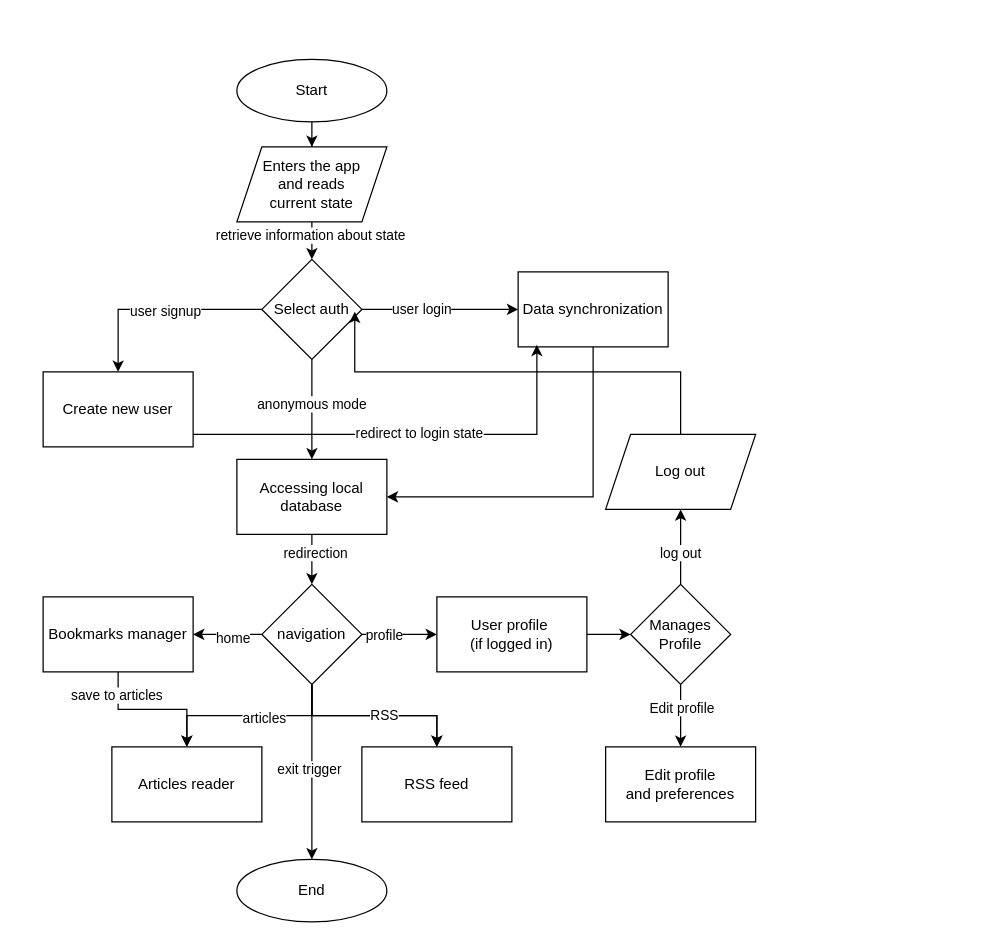
SharafatKarim/pstu-cse-academic keeps this draw.io diagram as Semester 6/software development/report (linkerine)/diagrams/linkerine DFD.drawio. Above is the earlier version. Source tidied: cells renumbered, new cells numbered last; positions are measured from the earlier drawing's top-left corner, leaving out a move shared by most shapes. Both pictures are drawn from the tidied source at 125%, with x=0, y=0 at pixel (42, 59).
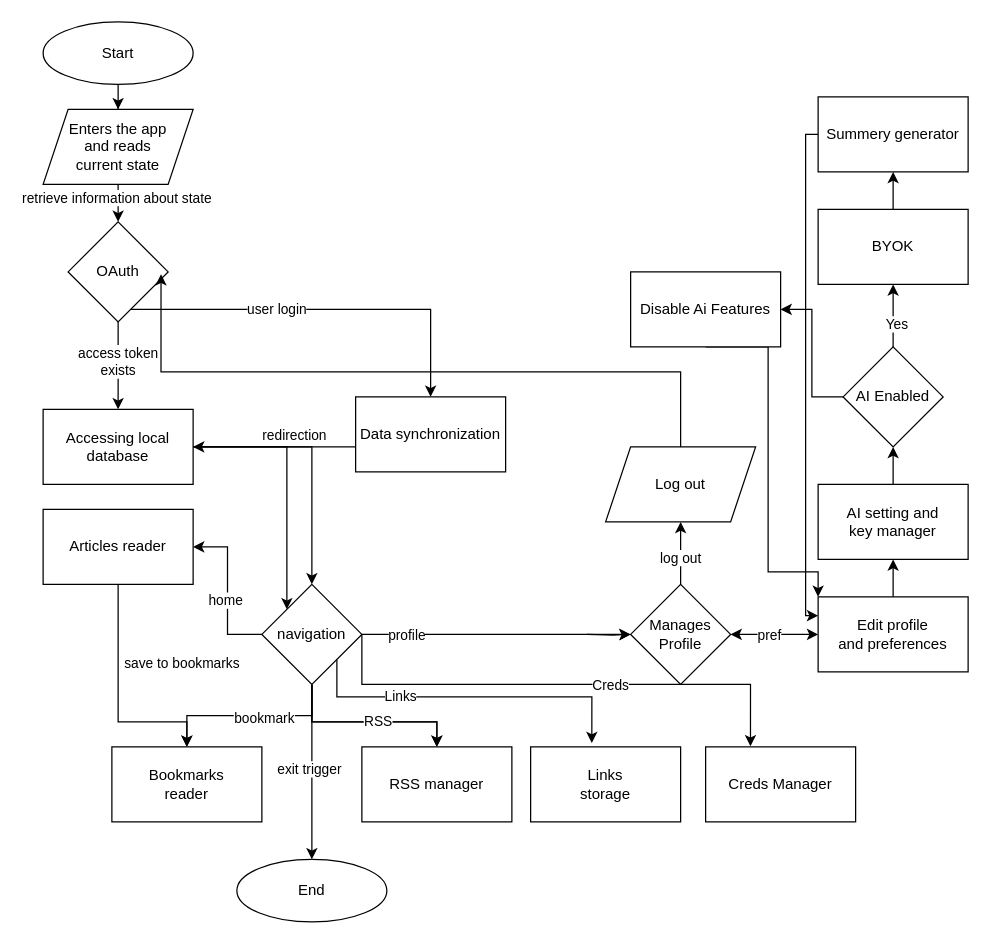
Above is the later version.

Unchanged cells that the change refers to:
```xml
<mxCell id="5" style="edgeStyle=orthogonalEdgeStyle;rounded=0;jettySize=auto;html=1;" parent="1" edge="1" source="11" target="14">
  <mxGeometry relative="1" as="geometry" />
</mxCell>
<mxCell id="12" style="edgeStyle=orthogonalEdgeStyle;rounded=0;jettySize=auto;html=1;" parent="1" edge="1" source="14" target="28">
  <mxGeometry relative="1" as="geometry" />
</mxCell>
<mxCell id="20" style="edgeStyle=orthogonalEdgeStyle;rounded=0;jettySize=auto;html=1;" parent="1" edge="1" source="28" target="33">
  <mxGeometry relative="1" as="geometry" />
</mxCell>
<mxCell id="28" value="navigation" style="rhombus;whiteSpace=wrap;html=1;" parent="1" vertex="1">
  <mxGeometry x="175" y="420" width="80" height="80" as="geometry" />
</mxCell>
<mxCell id="40" value="&lt;div&gt;Manages&lt;/div&gt;&lt;div&gt;Profile&lt;/div&gt;" style="rhombus;whiteSpace=wrap;html=1;" parent="1" vertex="1">
  <mxGeometry x="470" y="420" width="80" height="80" as="geometry" />
</mxCell>
```

Change to the diagram source:
```diff
@@
     <mxCell id="4" value="&lt;div&gt;Enters the app&lt;/div&gt;&lt;div&gt;and reads&lt;/div&gt;&lt;div&gt;current state&lt;/div&gt;" style="shape=parallelogram;perimeter=parallelogramPerimeter;whiteSpace=wrap;html=1;fixedSize=1;" parent="1" vertex="1">
-      <mxGeometry x="155" y="70" width="120" height="60" as="geometry" />
+      <mxGeometry y="40" width="120" height="60" as="geometry" />
     </mxCell>
@@
-    <mxCell id="6" value="&lt;div&gt;anonymous mode&lt;/div&gt;" style="edgeLabel;html=1;align=center;verticalAlign=middle;" parent="5" vertex="1">
+    <mxCell id="6" value="&lt;div&gt;access token&lt;/div&gt;&lt;div&gt;exists&lt;/div&gt;" style="edgeLabel;html=1;align=center;verticalAlign=middle;" parent="5" vertex="1">
       <mxGeometry x="-0.12" y="-1" relative="1" as="geometry" />
     </mxCell>
     <mxCell id="7" style="edgeStyle=orthogonalEdgeStyle;rounded=0;jettySize=auto;html=1;" parent="1" edge="1" source="11" target="16">
-      <mxGeometry relative="1" as="geometry" />
+      <mxGeometry relative="1" as="geometry">
+        <Array as="points">
+          <mxPoint x="310" y="200" />
+        </Array>
+      </mxGeometry>
     </mxCell>
@@
-    <mxCell id="9" style="edgeStyle=orthogonalEdgeStyle;rounded=0;jettySize=auto;html=1;" parent="1" edge="1" source="11" target="47">
-      <mxGeometry relative="1" as="geometry" />
-    </mxCell>
-    <mxCell id="10" value="user signup" style="edgeLabel;html=1;align=center;verticalAlign=middle;" parent="9" vertex="1">
-      <mxGeometry x="-0.06" y="1" relative="1" as="geometry" />
-    </mxCell>
-    <mxCell id="11" value="&lt;div&gt;Select auth&lt;/div&gt;" style="rhombus;whiteSpace=wrap;html=1;" parent="1" vertex="1">
-      <mxGeometry x="175" y="160" width="80" height="80" as="geometry" />
+    <mxCell id="11" value="&lt;div&gt;OAuth&lt;/div&gt;" style="rhombus;whiteSpace=wrap;html=1;" parent="1" vertex="1">
+      <mxGeometry x="20" y="130" width="80" height="80" as="geometry" />
     </mxCell>
@@
     <mxCell id="13" value="redirection" style="edgeLabel;html=1;align=center;verticalAlign=middle;" parent="12" vertex="1">
-      <mxGeometry x="-0.31" y="2" relative="1" as="geometry" />
+      <mxGeometry x="-0.31" y="2" relative="1" as="geometry">
+        <mxPoint x="9" y="-8" as="offset" />
+      </mxGeometry>
     </mxCell>
+    <mxCell id="50" style="edgeStyle=orthogonalEdgeStyle;rounded=0;jettySize=auto;html=1;exitX=1;exitY=0.5;exitDx=0;exitDy=0;entryX=0;entryY=0;entryDx=0;entryDy=0;" parent="1" edge="1" source="14" target="28">
+      <mxGeometry relative="1" as="geometry" />
+    </mxCell>
     <mxCell id="14" value="Accessing local database" style="whiteSpace=wrap;html=1;" parent="1" vertex="1">
-      <mxGeometry x="155" y="320" width="120" height="60" as="geometry" />
+      <mxGeometry y="280" width="120" height="60" as="geometry" />
     </mxCell>
     <mxCell id="15" style="edgeStyle=orthogonalEdgeStyle;rounded=0;jettySize=auto;html=1;entryX=1;entryY=0.5;entryDx=0;entryDy=0;" parent="1" edge="1" source="16" target="14">
       <mxGeometry relative="1" as="geometry">
         <Array as="points">
-          <mxPoint x="440" y="350" />
+          <mxPoint x="230" y="310" />
+          <mxPoint x="230" y="310" />
         </Array>
       </mxGeometry>
     </mxCell>
     <mxCell id="16" value="Data synchronization" style="whiteSpace=wrap;html=1;" parent="1" vertex="1">
-      <mxGeometry x="380" y="170" width="120" height="60" as="geometry" />
+      <mxGeometry x="250" y="270" width="120" height="60" as="geometry" />
     </mxCell>
@@
     <mxCell id="19" style="edgeStyle=orthogonalEdgeStyle;rounded=0;jettySize=auto;html=1;" parent="1" edge="1" source="28" target="32">
-      <mxGeometry relative="1" as="geometry" />
+      <mxGeometry relative="1" as="geometry">
+        <Array as="points">
+          <mxPoint x="215" y="530" />
+          <mxPoint x="315" y="530" />
+        </Array>
+      </mxGeometry>
     </mxCell>
@@
-    <mxCell id="21" value="articles" style="edgeLabel;html=1;align=center;verticalAlign=middle;" parent="20" vertex="1">
+    <mxCell id="21" value="bookmark" style="edgeLabel;html=1;align=center;verticalAlign=middle;" parent="20" vertex="1">
       <mxGeometry x="-0.15" y="1" relative="1" as="geometry" />
     </mxCell>
     <mxCell id="22" style="edgeStyle=orthogonalEdgeStyle;rounded=0;jettySize=auto;html=1;" parent="1" edge="1" source="28" target="32">
-      <mxGeometry relative="1" as="geometry" />
+      <mxGeometry relative="1" as="geometry">
+        <Array as="points">
+          <mxPoint x="215" y="530" />
+          <mxPoint x="315" y="530" />
+        </Array>
+      </mxGeometry>
     </mxCell>
@@
-    <mxCell id="24" style="edgeStyle=orthogonalEdgeStyle;rounded=0;jettySize=auto;html=1;" parent="1" edge="1" source="28" target="35">
+    <mxCell id="24" style="edgeStyle=orthogonalEdgeStyle;rounded=0;jettySize=auto;html=1;entryX=0;entryY=0.5;entryDx=0;entryDy=0;" parent="1" edge="1" source="28" target="40">
       <mxGeometry relative="1" as="geometry" />
     </mxCell>
     <mxCell id="25" value="profile" style="edgeLabel;html=1;align=center;verticalAlign=middle;" parent="24" vertex="1">
-      <mxGeometry x="-0.42" relative="1" as="geometry" />
+      <mxGeometry x="-0.42" relative="1" as="geometry">
+        <mxPoint x="-27" as="offset" />
+      </mxGeometry>
     </mxCell>
@@
     <mxCell id="29" style="edgeStyle=orthogonalEdgeStyle;rounded=0;jettySize=auto;html=1;entryX=0.5;entryY=0;entryDx=0;entryDy=0;" parent="1" edge="1" source="31" target="33">
       <mxGeometry relative="1" as="geometry">
         <Array as="points">
-          <mxPoint x="60" y="520" />
-          <mxPoint x="115" y="520" />
+          <mxPoint x="60" y="530" />
+          <mxPoint x="115" y="530" />
         </Array>
       </mxGeometry>
     </mxCell>
-    <mxCell id="30" value="&lt;div&gt;save to articles&lt;/div&gt;" style="edgeLabel;html=1;align=center;verticalAlign=middle;" parent="29" vertex="1">
-      <mxGeometry x="-0.69" y="-2" relative="1" as="geometry" />
+    <mxCell id="30" value="&lt;div&gt;save to bookmarks&lt;/div&gt;&lt;div&gt;&lt;br&gt;&lt;/div&gt;" style="edgeLabel;html=1;align=center;verticalAlign=middle;" parent="29" vertex="1">
+      <mxGeometry x="-0.69" y="-2" relative="1" as="geometry">
+        <mxPoint x="52" y="40" as="offset" />
+      </mxGeometry>
     </mxCell>
-    <mxCell id="31" value="Bookmarks manager" style="whiteSpace=wrap;html=1;" parent="1" vertex="1">
-      <mxGeometry y="430" width="120" height="60" as="geometry" />
+    <mxCell id="31" value="Articles reader" style="whiteSpace=wrap;html=1;" parent="1" vertex="1">
+      <mxGeometry y="360" width="120" height="60" as="geometry" />
     </mxCell>
-    <mxCell id="32" value="RSS feed" style="whiteSpace=wrap;html=1;" parent="1" vertex="1">
+    <mxCell id="32" value="RSS manager" style="whiteSpace=wrap;html=1;" parent="1" vertex="1">
       <mxGeometry x="255" y="550" width="120" height="60" as="geometry" />
     </mxCell>
-    <mxCell id="33" value="Articles reader" style="whiteSpace=wrap;html=1;" parent="1" vertex="1">
+    <mxCell id="33" value="&lt;div&gt;Bookmarks&lt;/div&gt;reader" style="whiteSpace=wrap;html=1;" parent="1" vertex="1">
       <mxGeometry x="55" y="550" width="120" height="60" as="geometry" />
     </mxCell>
-    <mxCell id="34" style="edgeStyle=orthogonalEdgeStyle;rounded=0;jettySize=auto;html=1;" parent="1" edge="1" source="35" target="40">
-      <mxGeometry relative="1" as="geometry" />
+    <mxCell id="34" style="edgeStyle=orthogonalEdgeStyle;rounded=0;jettySize=auto;html=1;" parent="1" edge="1" target="40">
+      <mxGeometry relative="1" as="geometry">
+        <mxPoint x="435" y="460" as="sourcePoint" />
+      </mxGeometry>
     </mxCell>
-    <mxCell id="35" value="&lt;div&gt;User profile&amp;nbsp;&lt;/div&gt;&lt;div&gt;(if logged in)&lt;/div&gt;" style="whiteSpace=wrap;html=1;" parent="1" vertex="1">
-      <mxGeometry x="315" y="430" width="120" height="60" as="geometry" />
-    </mxCell>
@@
-    <mxCell id="38" style="edgeStyle=orthogonalEdgeStyle;rounded=0;jettySize=auto;html=1;" parent="1" edge="1" source="40" target="46">
+    <mxCell id="38" style="edgeStyle=orthogonalEdgeStyle;rounded=0;jettySize=auto;html=1;startArrow=classic;startFill=1;" parent="1" edge="1" source="40" target="46">
       <mxGeometry relative="1" as="geometry" />
     </mxCell>
-    <mxCell id="39" value="Edit profile" style="edgeLabel;html=1;align=center;verticalAlign=middle;" parent="38" vertex="1">
-      <mxGeometry x="-0.28" relative="1" as="geometry" />
+    <mxCell id="39" value="pref" style="edgeLabel;html=1;align=center;verticalAlign=middle;" parent="38" vertex="1">
+      <mxGeometry x="-0.28" relative="1" as="geometry">
+        <mxPoint x="5" as="offset" />
+      </mxGeometry>
     </mxCell>
@@
     <mxCell id="41" value="Log out" style="shape=parallelogram;perimeter=parallelogramPerimeter;whiteSpace=wrap;html=1;fixedSize=1;" parent="1" vertex="1">
-      <mxGeometry x="450" y="300" width="120" height="60" as="geometry" />
+      <mxGeometry x="450" y="310" width="120" height="60" as="geometry" />
     </mxCell>
     <mxCell id="42" style="edgeStyle=orthogonalEdgeStyle;rounded=0;jettySize=auto;html=1;entryX=0.929;entryY=0.523;entryDx=0;entryDy=0;entryPerimeter=0;" parent="1" edge="1" source="41" target="11">
       <mxGeometry relative="1" as="geometry">
         <Array as="points">
           <mxPoint x="510" y="250" />
-          <mxPoint x="249" y="250" />
+          <mxPoint x="94" y="250" />
         </Array>
       </mxGeometry>
     </mxCell>
@@
     <mxCell id="44" value="Start" style="ellipse;whiteSpace=wrap;html=1;" parent="1" vertex="1">
-      <mxGeometry x="155" width="120" height="50" as="geometry" />
+      <mxGeometry y="-30" width="120" height="50" as="geometry" />
     </mxCell>
@@
+    <mxCell id="51" style="edgeStyle=orthogonalEdgeStyle;rounded=0;jettySize=auto;html=1;" parent="1" edge="1" source="46" target="56">
+      <mxGeometry relative="1" as="geometry" />
+    </mxCell>
     <mxCell id="46" value="&lt;div&gt;Edit profile&lt;/div&gt;&lt;div&gt;and preferences&lt;/div&gt;" style="whiteSpace=wrap;html=1;" parent="1" vertex="1">
-      <mxGeometry x="450" y="550" width="120" height="60" as="geometry" />
+      <mxGeometry x="620" y="430" width="120" height="60" as="geometry" />
     </mxCell>
-    <mxCell id="47" value="Create new user" style="whiteSpace=wrap;html=1;" parent="1" vertex="1">
-      <mxGeometry y="250" width="120" height="60" as="geometry" />
-    </mxCell>
-    <mxCell id="48" style="edgeStyle=orthogonalEdgeStyle;rounded=0;jettySize=auto;html=1;entryX=0.125;entryY=0.973;entryDx=0;entryDy=0;entryPerimeter=0;" parent="1" edge="1" source="47" target="16">
-      <mxGeometry relative="1" as="geometry">
-        <Array as="points">
-          <mxPoint x="395" y="300" />
-        </Array>
-      </mxGeometry>
-    </mxCell>
-    <mxCell id="49" value="redirect to login state" style="edgeLabel;html=1;align=center;verticalAlign=middle;" parent="48" vertex="1">
-      <mxGeometry x="0.04" y="2" relative="1" as="geometry" />
-    </mxCell>
+    <mxCell id="52" value="&lt;div&gt;Links&lt;/div&gt;&lt;div&gt;storage&lt;/div&gt;" style="whiteSpace=wrap;html=1;" parent="1" vertex="1">
+      <mxGeometry x="390" y="550" width="120" height="60" as="geometry" />
+    </mxCell>
+    <mxCell id="53" style="edgeStyle=orthogonalEdgeStyle;rounded=0;jettySize=auto;html=1;exitX=1;exitY=1;exitDx=0;exitDy=0;entryX=0.408;entryY=-0.05;entryDx=0;entryDy=0;entryPerimeter=0;" parent="1" edge="1" source="28" target="52">
+      <mxGeometry relative="1" as="geometry">
+        <Array as="points">
+          <mxPoint x="235" y="510" />
+          <mxPoint x="439" y="510" />
+        </Array>
+      </mxGeometry>
+    </mxCell>
+    <mxCell id="54" value="Links" style="edgeLabel;html=1;align=center;verticalAlign=middle;" parent="53" vertex="1">
+      <mxGeometry x="-0.41" y="1" relative="1" as="geometry" />
+    </mxCell>
+    <mxCell id="55" style="edgeStyle=orthogonalEdgeStyle;rounded=0;jettySize=auto;html=1;" parent="1" edge="1" source="56" target="60">
+      <mxGeometry relative="1" as="geometry" />
+    </mxCell>
+    <mxCell id="56" value="&lt;div&gt;AI setting and&lt;/div&gt;&lt;div&gt;key manager&lt;/div&gt;" style="whiteSpace=wrap;html=1;" parent="1" vertex="1">
+      <mxGeometry x="620" y="340" width="120" height="60" as="geometry" />
+    </mxCell>
+    <mxCell id="57" style="edgeStyle=orthogonalEdgeStyle;rounded=0;jettySize=auto;html=1;" parent="1" edge="1" source="60" target="62">
+      <mxGeometry relative="1" as="geometry" />
+    </mxCell>
+    <mxCell id="58" value="Yes" style="edgeLabel;html=1;align=center;verticalAlign=middle;" parent="57" vertex="1">
+      <mxGeometry x="-0.25" y="-2" relative="1" as="geometry" />
+    </mxCell>
+    <mxCell id="59" style="edgeStyle=orthogonalEdgeStyle;rounded=0;jettySize=auto;html=1;" parent="1" edge="1" source="60" target="66">
+      <mxGeometry relative="1" as="geometry" />
+    </mxCell>
+    <mxCell id="60" value="AI Enabled" style="rhombus;whiteSpace=wrap;html=1;" parent="1" vertex="1">
+      <mxGeometry x="640" y="230" width="80" height="80" as="geometry" />
+    </mxCell>
+    <mxCell id="61" style="edgeStyle=orthogonalEdgeStyle;rounded=0;jettySize=auto;html=1;" parent="1" edge="1" source="62" target="64">
+      <mxGeometry relative="1" as="geometry" />
+    </mxCell>
+    <mxCell id="62" value="BYOK" style="whiteSpace=wrap;html=1;" parent="1" vertex="1">
+      <mxGeometry x="620" y="120" width="120" height="60" as="geometry" />
+    </mxCell>
+    <mxCell id="63" style="edgeStyle=orthogonalEdgeStyle;rounded=0;jettySize=auto;html=1;exitX=0;exitY=0.5;exitDx=0;exitDy=0;entryX=0;entryY=0.25;entryDx=0;entryDy=0;" parent="1" edge="1" source="64" target="46">
+      <mxGeometry relative="1" as="geometry">
+        <Array as="points">
+          <mxPoint x="610" y="60" />
+          <mxPoint x="610" y="445" />
+        </Array>
+      </mxGeometry>
+    </mxCell>
+    <mxCell id="64" value="&lt;div&gt;Summery generator&lt;/div&gt;" style="whiteSpace=wrap;html=1;" parent="1" vertex="1">
+      <mxGeometry x="620" y="30" width="120" height="60" as="geometry" />
+    </mxCell>
+    <mxCell id="65" style="edgeStyle=orthogonalEdgeStyle;rounded=0;jettySize=auto;html=1;exitX=0.5;exitY=1;exitDx=0;exitDy=0;entryX=0;entryY=0;entryDx=0;entryDy=0;" parent="1" edge="1" source="66" target="46">
+      <mxGeometry relative="1" as="geometry">
+        <Array as="points">
+          <mxPoint x="580" y="230" />
+          <mxPoint x="580" y="410" />
+          <mxPoint x="620" y="410" />
+        </Array>
+      </mxGeometry>
+    </mxCell>
+    <mxCell id="66" value="Disable Ai Features" style="whiteSpace=wrap;html=1;" parent="1" vertex="1">
+      <mxGeometry x="470" y="170" width="120" height="60" as="geometry" />
+    </mxCell>
+    <mxCell id="67" value="Creds Manager" style="whiteSpace=wrap;html=1;" parent="1" vertex="1">
+      <mxGeometry x="530" y="550" width="120" height="60" as="geometry" />
+    </mxCell>
+    <mxCell id="68" style="edgeStyle=orthogonalEdgeStyle;rounded=0;jettySize=auto;html=1;exitX=1;exitY=0.5;exitDx=0;exitDy=0;entryX=0.299;entryY=-0.008;entryDx=0;entryDy=0;entryPerimeter=0;" parent="1" edge="1" source="28" target="67">
+      <mxGeometry relative="1" as="geometry">
+        <Array as="points">
+          <mxPoint x="255" y="500" />
+          <mxPoint x="566" y="500" />
+        </Array>
+      </mxGeometry>
+    </mxCell>
+    <mxCell id="69" value="Creds" style="edgeLabel;html=1;align=center;verticalAlign=middle;" parent="68" vertex="1">
+      <mxGeometry x="0.19" relative="1" as="geometry" />
+    </mxCell>
```
